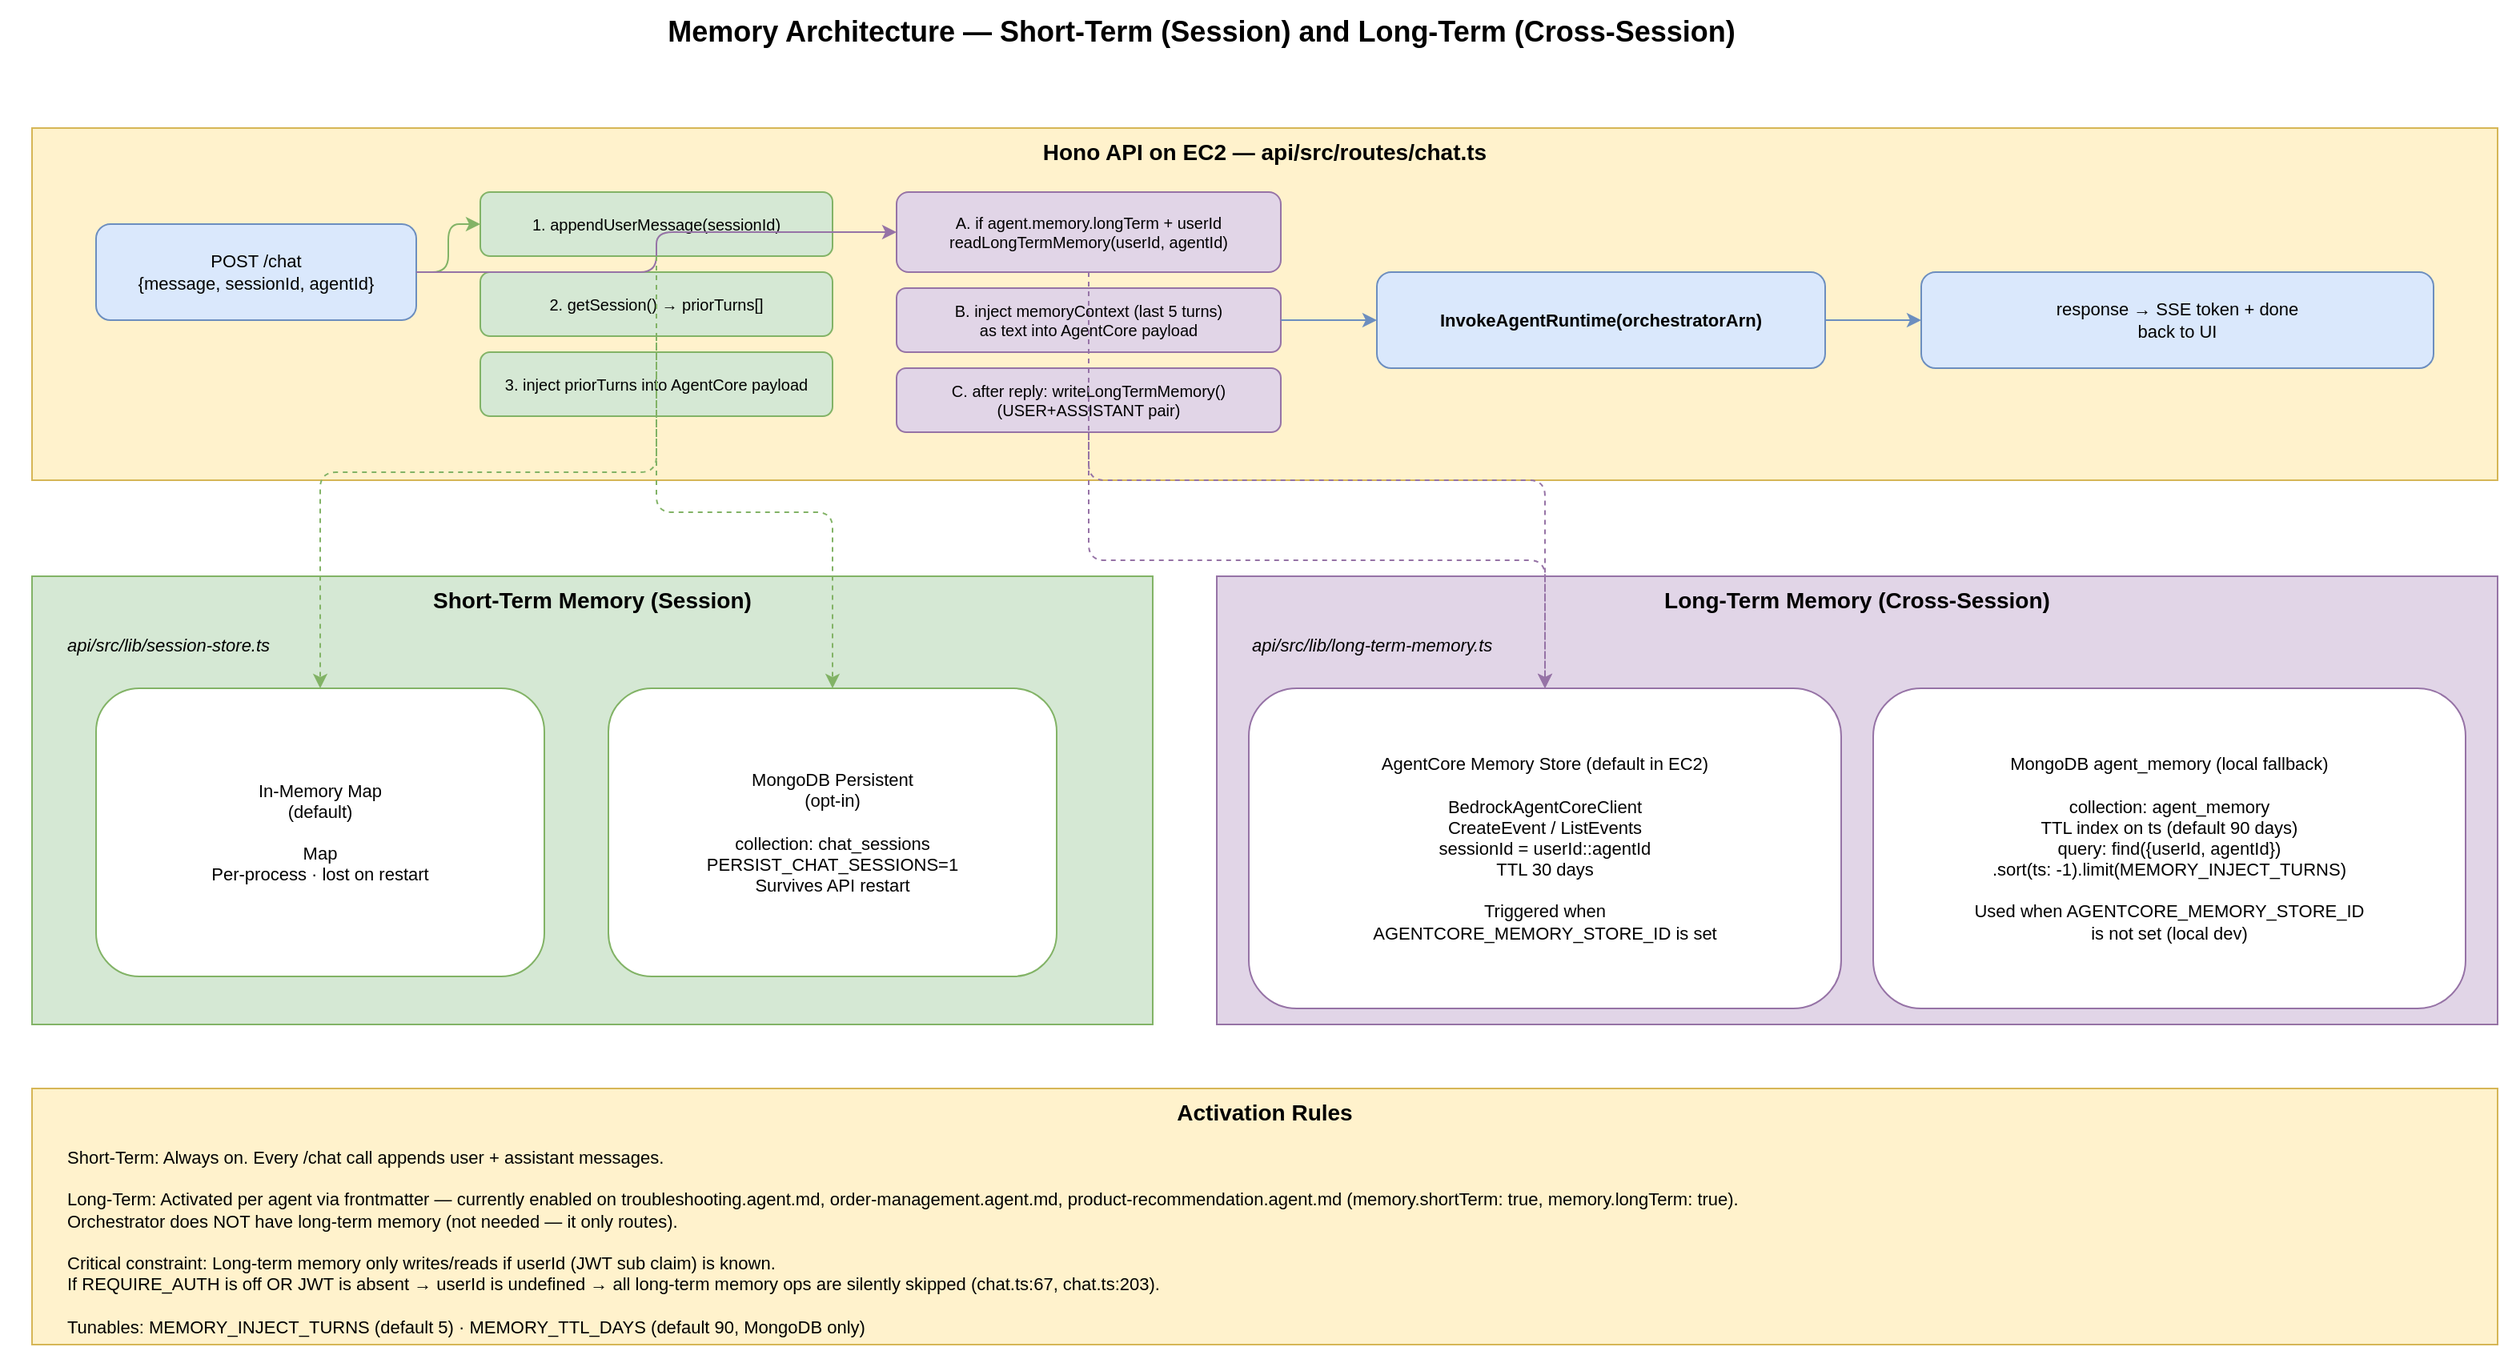
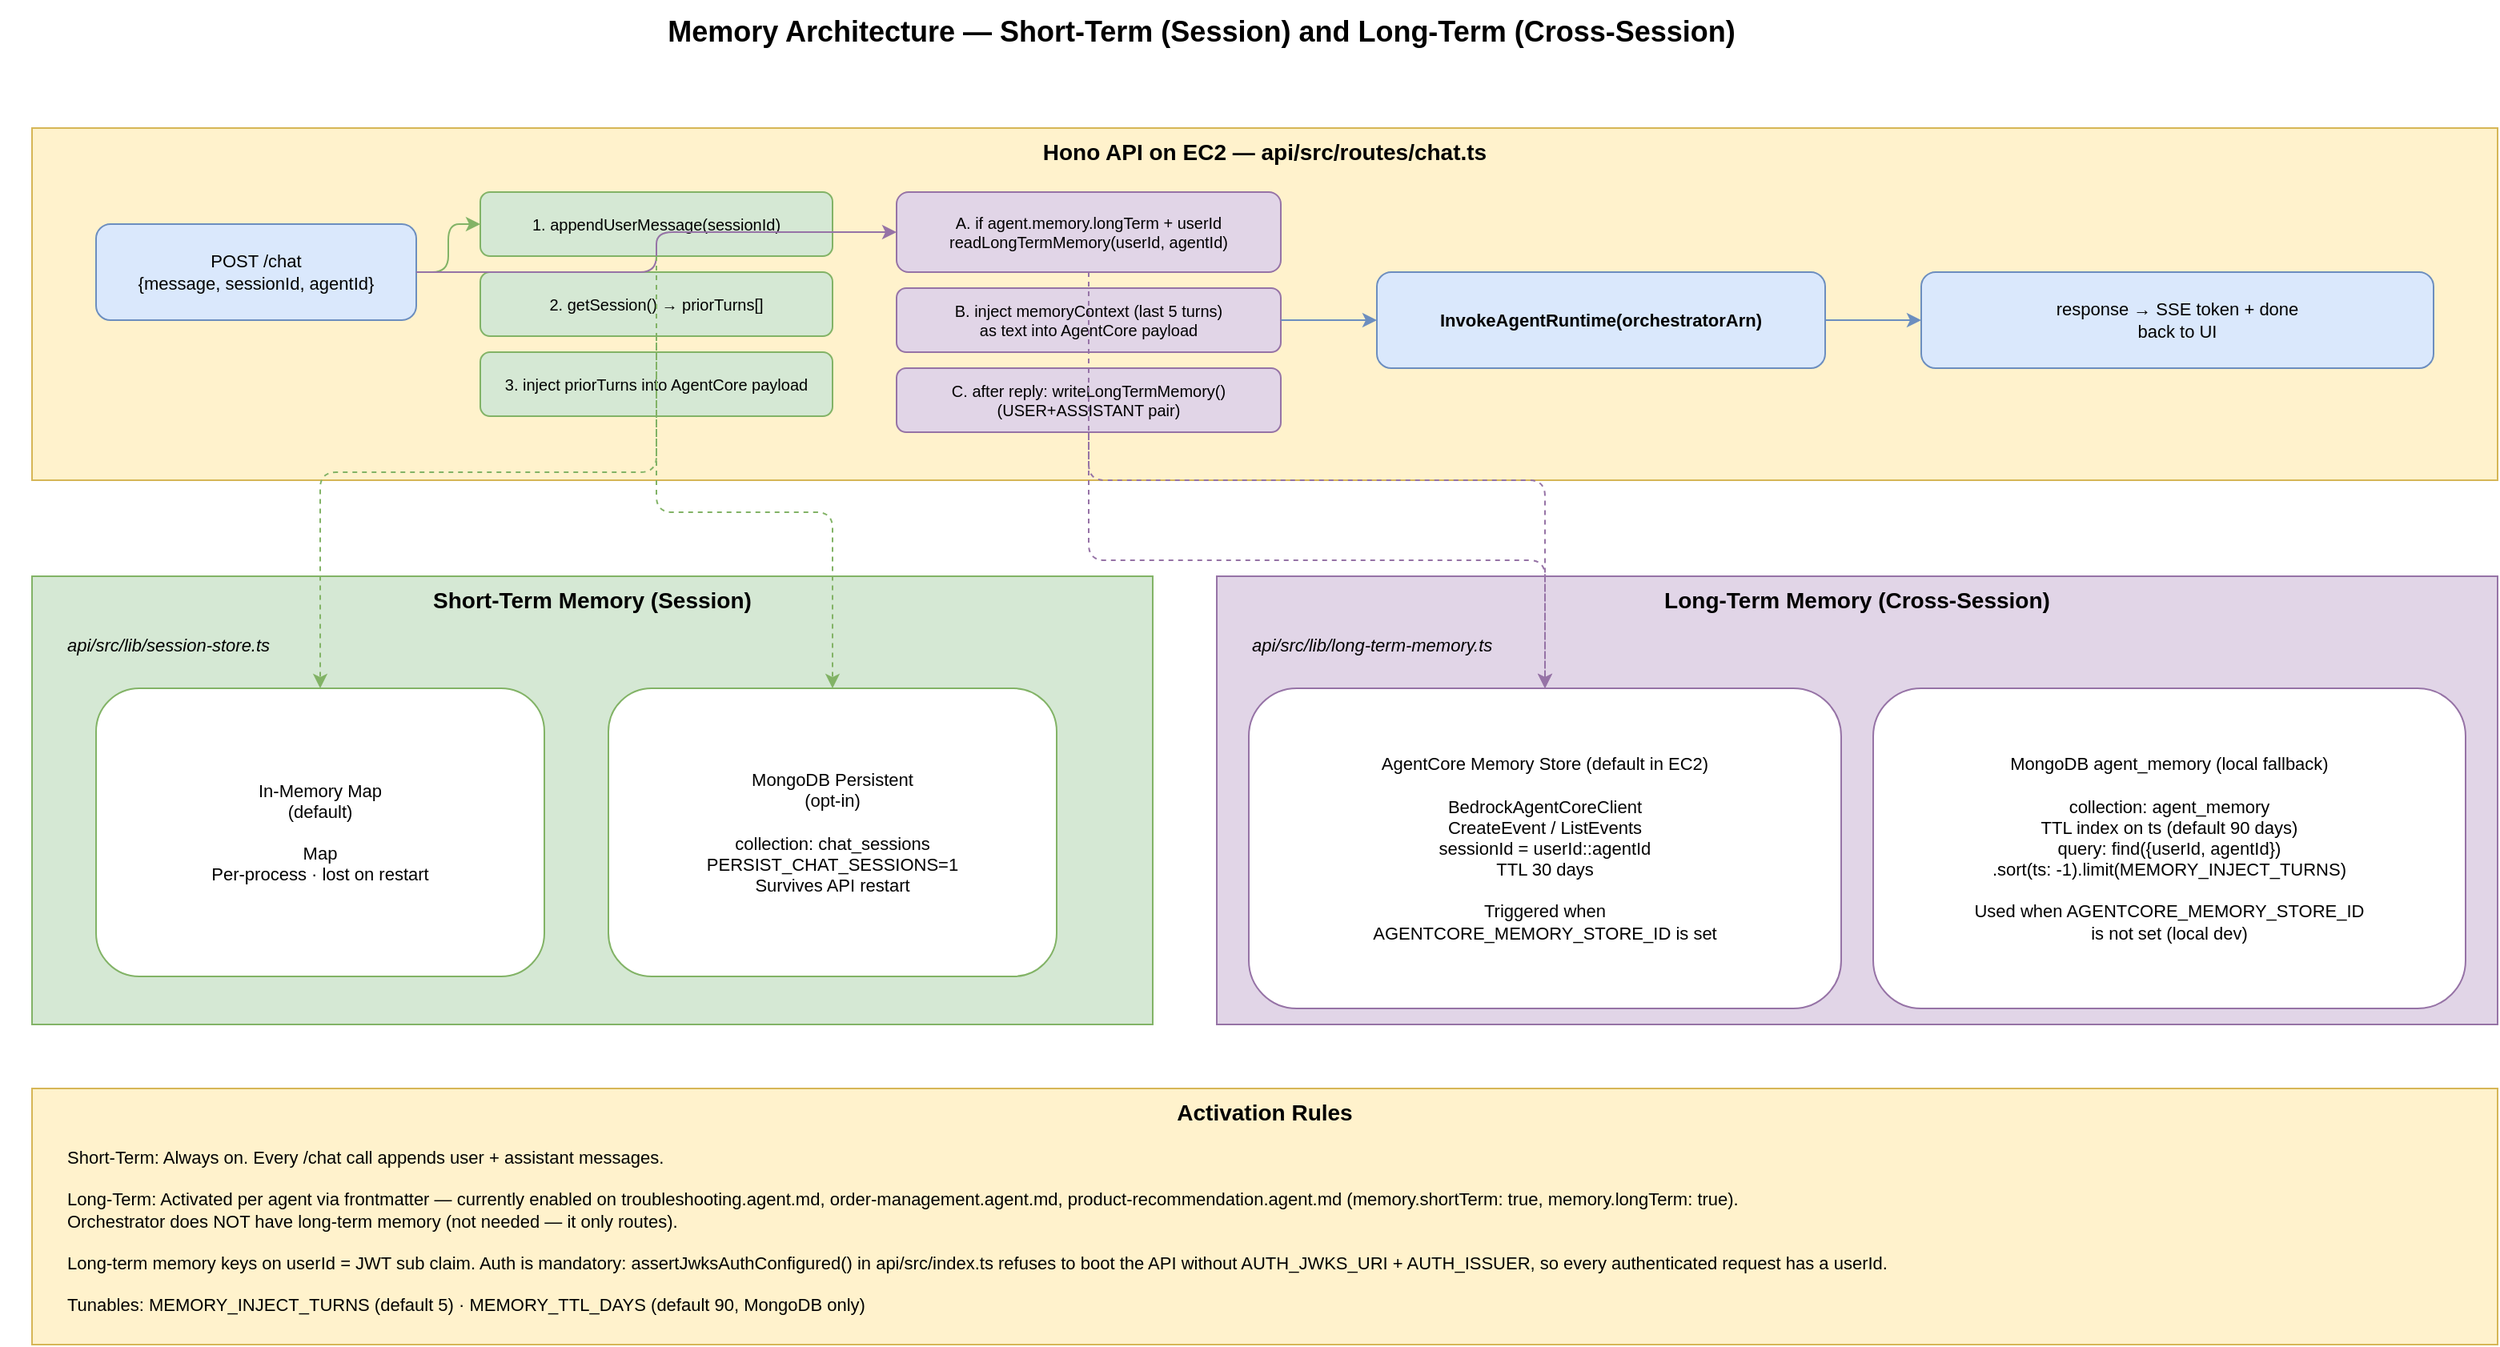
<mxfile host="app.diagrams.net" agent="Claude Code" version="24.0.0">
  <diagram id="memory-arch" name="Memory Architecture">
    <mxGraphModel dx="1600" dy="1000" grid="1" gridSize="10" page="1" pageScale="1" pageWidth="1654" pageHeight="900" math="0" shadow="0">
      <root>
        <mxCell id="0" />
        <mxCell id="1" parent="0" />

        <mxCell id="title" value="Memory Architecture — Short-Term (Session) and Long-Term (Cross-Session)" style="text;html=1;align=center;verticalAlign=middle;fontSize=18;fontStyle=1;" vertex="1" parent="1">
          <mxGeometry x="40" y="20" width="1500" height="40" as="geometry" />
        </mxCell>

        <!-- API box -->
        <mxCell id="api" value="Hono API on EC2 — api/src/routes/chat.ts" style="rounded=0;whiteSpace=wrap;html=1;fillColor=#fff2cc;strokeColor=#d6b656;fontSize=14;fontStyle=1;verticalAlign=top;" vertex="1" parent="1">
          <mxGeometry x="60" y="100" width="1540" height="220" as="geometry" />
        </mxCell>

        <mxCell id="req" value="POST /chat&#xa;{message, sessionId, agentId}" style="rounded=1;whiteSpace=wrap;html=1;fillColor=#dae8fc;strokeColor=#6c8ebf;fontSize=11;" vertex="1" parent="1">
          <mxGeometry x="100" y="160" width="200" height="60" as="geometry" />
        </mxCell>

        <!-- Short-term path -->
        <mxCell id="st-step1" value="1. appendUserMessage(sessionId)" style="rounded=1;whiteSpace=wrap;html=1;fillColor=#d5e8d4;strokeColor=#82b366;fontSize=10;" vertex="1" parent="1">
          <mxGeometry x="340" y="140" width="220" height="40" as="geometry" />
        </mxCell>
        <mxCell id="st-step2" value="2. getSession() → priorTurns[]" style="rounded=1;whiteSpace=wrap;html=1;fillColor=#d5e8d4;strokeColor=#82b366;fontSize=10;" vertex="1" parent="1">
          <mxGeometry x="340" y="190" width="220" height="40" as="geometry" />
        </mxCell>
        <mxCell id="st-step3" value="3. inject priorTurns into AgentCore payload" style="rounded=1;whiteSpace=wrap;html=1;fillColor=#d5e8d4;strokeColor=#82b366;fontSize=10;" vertex="1" parent="1">
          <mxGeometry x="340" y="240" width="220" height="40" as="geometry" />
        </mxCell>

        <!-- Long-term path -->
        <mxCell id="lt-step1" value="A. if agent.memory.longTerm + userId&#xa;readLongTermMemory(userId, agentId)" style="rounded=1;whiteSpace=wrap;html=1;fillColor=#e1d5e7;strokeColor=#9673a6;fontSize=10;" vertex="1" parent="1">
          <mxGeometry x="600" y="140" width="240" height="50" as="geometry" />
        </mxCell>
        <mxCell id="lt-step2" value="B. inject memoryContext (last 5 turns)&#xa;as text into AgentCore payload" style="rounded=1;whiteSpace=wrap;html=1;fillColor=#e1d5e7;strokeColor=#9673a6;fontSize=10;" vertex="1" parent="1">
          <mxGeometry x="600" y="200" width="240" height="40" as="geometry" />
        </mxCell>
        <mxCell id="lt-step3" value="C. after reply: writeLongTermMemory()&#xa;(USER+ASSISTANT pair)" style="rounded=1;whiteSpace=wrap;html=1;fillColor=#e1d5e7;strokeColor=#9673a6;fontSize=10;" vertex="1" parent="1">
          <mxGeometry x="600" y="250" width="240" height="40" as="geometry" />
        </mxCell>

        <mxCell id="invoke" value="InvokeAgentRuntime(orchestratorArn)" style="rounded=1;whiteSpace=wrap;html=1;fillColor=#dae8fc;strokeColor=#6c8ebf;fontSize=11;fontStyle=1;" vertex="1" parent="1">
          <mxGeometry x="900" y="190" width="280" height="60" as="geometry" />
        </mxCell>

        <mxCell id="resp" value="response → SSE token + done&#xa;back to UI" style="rounded=1;whiteSpace=wrap;html=1;fillColor=#dae8fc;strokeColor=#6c8ebf;fontSize=11;" vertex="1" parent="1">
          <mxGeometry x="1240" y="190" width="320" height="60" as="geometry" />
        </mxCell>

        <!-- Short-term storage -->
        <mxCell id="st-box" value="Short-Term Memory (Session)" style="rounded=0;whiteSpace=wrap;html=1;fillColor=#d5e8d4;strokeColor=#82b366;fontSize=14;fontStyle=1;verticalAlign=top;" vertex="1" parent="1">
          <mxGeometry x="60" y="380" width="700" height="280" as="geometry" />
        </mxCell>

        <mxCell id="st-source" value="api/src/lib/session-store.ts" style="text;html=1;align=left;fontSize=11;fontStyle=2;" vertex="1" parent="1">
          <mxGeometry x="80" y="410" width="300" height="20" as="geometry" />
        </mxCell>

        <mxCell id="st-mem" value="In-Memory Map&#xa;(default)&#xa;&#xa;Map&lt;sessionId, SessionRecord&gt;&#xa;Per-process · lost on restart" style="rounded=1;whiteSpace=wrap;html=1;fillColor=#ffffff;strokeColor=#82b366;fontSize=11;" vertex="1" parent="1">
          <mxGeometry x="100" y="450" width="280" height="180" as="geometry" />
        </mxCell>

        <mxCell id="st-mongo" value="MongoDB Persistent&#xa;(opt-in)&#xa;&#xa;collection: chat_sessions&#xa;PERSIST_CHAT_SESSIONS=1&#xa;Survives API restart" style="rounded=1;whiteSpace=wrap;html=1;fillColor=#ffffff;strokeColor=#82b366;fontSize=11;" vertex="1" parent="1">
          <mxGeometry x="420" y="450" width="280" height="180" as="geometry" />
        </mxCell>

        <!-- Long-term storage -->
        <mxCell id="lt-box" value="Long-Term Memory (Cross-Session)" style="rounded=0;whiteSpace=wrap;html=1;fillColor=#e1d5e7;strokeColor=#9673a6;fontSize=14;fontStyle=1;verticalAlign=top;" vertex="1" parent="1">
          <mxGeometry x="800" y="380" width="800" height="280" as="geometry" />
        </mxCell>

        <mxCell id="lt-source" value="api/src/lib/long-term-memory.ts" style="text;html=1;align=left;fontSize=11;fontStyle=2;" vertex="1" parent="1">
          <mxGeometry x="820" y="410" width="300" height="20" as="geometry" />
        </mxCell>

        <mxCell id="lt-ac" value="AgentCore Memory Store (default in EC2)&#xa;&#xa;BedrockAgentCoreClient&#xa;CreateEvent / ListEvents&#xa;sessionId = userId::agentId&#xa;TTL 30 days&#xa;&#xa;Triggered when&#xa;AGENTCORE_MEMORY_STORE_ID is set" style="rounded=1;whiteSpace=wrap;html=1;fillColor=#ffffff;strokeColor=#9673a6;fontSize=11;" vertex="1" parent="1">
          <mxGeometry x="820" y="450" width="370" height="200" as="geometry" />
        </mxCell>

        <mxCell id="lt-mongo" value="MongoDB agent_memory (local fallback)&#xa;&#xa;collection: agent_memory&#xa;TTL index on ts (default 90 days)&#xa;query: find({userId, agentId})&#xa;.sort(ts: -1).limit(MEMORY_INJECT_TURNS)&#xa;&#xa;Used when AGENTCORE_MEMORY_STORE_ID&#xa;is not set (local dev)" style="rounded=1;whiteSpace=wrap;html=1;fillColor=#ffffff;strokeColor=#9673a6;fontSize=11;" vertex="1" parent="1">
          <mxGeometry x="1210" y="450" width="370" height="200" as="geometry" />
        </mxCell>

        <!-- Activation rules -->
        <mxCell id="rules-box" value="Activation Rules" style="rounded=0;whiteSpace=wrap;html=1;fillColor=#fff2cc;strokeColor=#d6b656;fontSize=14;fontStyle=1;verticalAlign=top;" vertex="1" parent="1">
          <mxGeometry x="60" y="700" width="1540" height="160" as="geometry" />
        </mxCell>

-         <mxCell id="rules" value="Short-Term: Always on. Every /chat call appends user + assistant messages.&#xa;&#xa;Long-Term: Activated per agent via frontmatter — currently enabled on troubleshooting.agent.md, order-management.agent.md, product-recommendation.agent.md (memory.shortTerm: true, memory.longTerm: true).&#xa;Orchestrator does NOT have long-term memory (not needed — it only routes).&#xa;&#xa;Critical constraint: Long-term memory only writes/reads if userId (JWT sub claim) is known.&#xa;If REQUIRE_AUTH is off OR JWT is absent → userId is undefined → all long-term memory ops are silently skipped (chat.ts:67, chat.ts:203).&#xa;&#xa;Tunables: MEMORY_INJECT_TURNS (default 5)  ·  MEMORY_TTL_DAYS (default 90, MongoDB only)" style="text;html=1;align=left;verticalAlign=top;fontSize=11;" vertex="1" parent="1">
+         <mxCell id="rules" value="Short-Term: Always on. Every /chat call appends user + assistant messages.&#xa;&#xa;Long-Term: Activated per agent via frontmatter — currently enabled on troubleshooting.agent.md, order-management.agent.md, product-recommendation.agent.md (memory.shortTerm: true, memory.longTerm: true).&#xa;Orchestrator does NOT have long-term memory (not needed — it only routes).&#xa;&#xa;Long-term memory keys on userId = JWT sub claim. Auth is mandatory: assertJwksAuthConfigured() in api/src/index.ts refuses to boot the API without AUTH_JWKS_URI + AUTH_ISSUER, so every authenticated request has a userId.&#xa;&#xa;Tunables: MEMORY_INJECT_TURNS (default 5)  ·  MEMORY_TTL_DAYS (default 90, MongoDB only)" style="text;html=1;align=left;verticalAlign=top;fontSize=11;" vertex="1" parent="1">
          <mxGeometry x="80" y="730" width="1500" height="120" as="geometry" />
        </mxCell>

        <!-- Connectors -->
        <mxCell id="c1" style="edgeStyle=orthogonalEdgeStyle;strokeColor=#82b366;" edge="1" parent="1" source="req" target="st-step1">
          <mxGeometry relative="1" as="geometry" />
        </mxCell>
        <mxCell id="c2" style="edgeStyle=orthogonalEdgeStyle;strokeColor=#9673a6;" edge="1" parent="1" source="req" target="lt-step1">
          <mxGeometry relative="1" as="geometry" />
        </mxCell>
        <mxCell id="c3" style="edgeStyle=orthogonalEdgeStyle;strokeColor=#6c8ebf;" edge="1" parent="1" source="lt-step2" target="invoke">
          <mxGeometry relative="1" as="geometry" />
        </mxCell>
        <mxCell id="c4" style="edgeStyle=orthogonalEdgeStyle;strokeColor=#6c8ebf;" edge="1" parent="1" source="invoke" target="resp">
          <mxGeometry relative="1" as="geometry" />
        </mxCell>
        <mxCell id="c5" style="edgeStyle=orthogonalEdgeStyle;strokeColor=#82b366;dashed=1;" edge="1" parent="1" source="st-step1" target="st-mem">
          <mxGeometry relative="1" as="geometry" />
        </mxCell>
        <mxCell id="c6" style="edgeStyle=orthogonalEdgeStyle;strokeColor=#82b366;dashed=1;" edge="1" parent="1" source="st-step2" target="st-mongo">
          <mxGeometry relative="1" as="geometry" />
        </mxCell>
        <mxCell id="c7" style="edgeStyle=orthogonalEdgeStyle;strokeColor=#9673a6;dashed=1;" edge="1" parent="1" source="lt-step1" target="lt-ac">
          <mxGeometry relative="1" as="geometry" />
        </mxCell>
        <mxCell id="c8" style="edgeStyle=orthogonalEdgeStyle;strokeColor=#9673a6;dashed=1;" edge="1" parent="1" source="lt-step3" target="lt-ac">
          <mxGeometry relative="1" as="geometry" />
        </mxCell>
      </root>
    </mxGraphModel>
  </diagram>
</mxfile>
